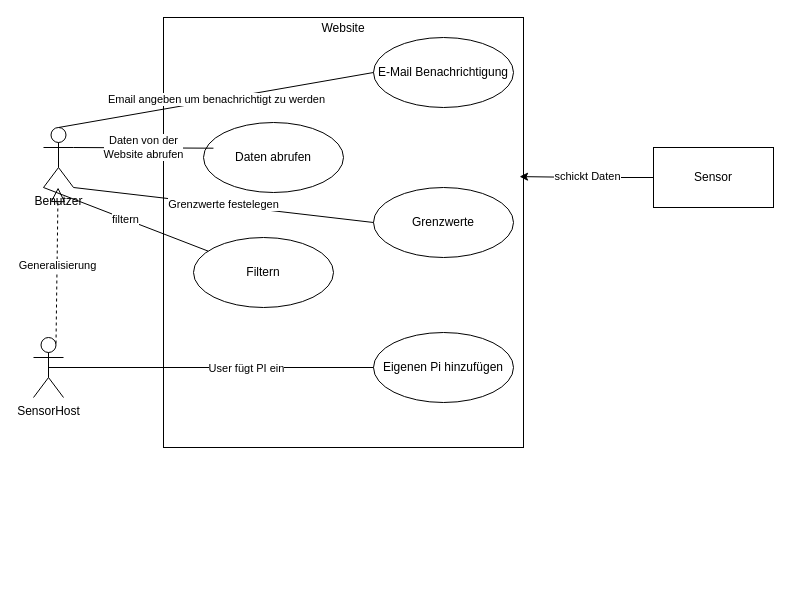
Before: use-case-diagramm.drawio in SimonFurtm/CO2-TemperaturProjekt, a draw.io diagram. Source tidied: cells renumbered, new cells numbered last; positions are measured from the earlier drawing's top-left corner, leaving out a move shared by most shapes. Both pictures are drawn from the tidied source at 100%, with x=0, y=0 at pixel (33, 17).
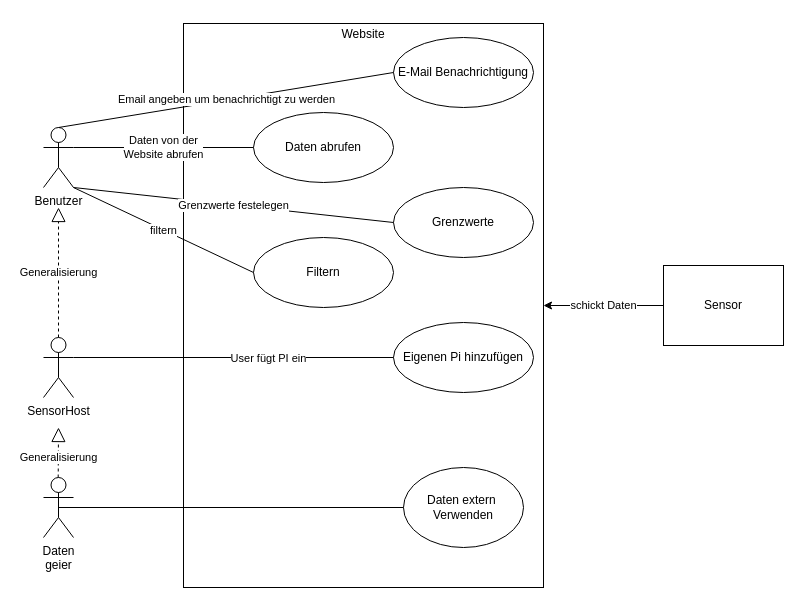
After the change.

The change refers to these unchanged cells:
```xml
<mxCell id="2" value="Benutzer" style="shape=umlActor;verticalLabelPosition=bottom;verticalAlign=top;html=1;outlineConnect=0;" parent="1" vertex="1">
  <mxGeometry x="10" y="110" width="30" height="60" as="geometry" />
</mxCell>
```

Change to the diagram source:
```diff
@@
     <mxCell id="3" value="&lt;p style=&quot;margin: 0px ; margin-top: 4px ; text-align: center&quot;&gt;Website&lt;/p&gt;" style="verticalAlign=top;align=left;overflow=fill;fontSize=12;fontFamily=Helvetica;html=1;" parent="1" vertex="1">
-      <mxGeometry x="130" width="360" height="430" as="geometry" />
+      <mxGeometry x="150" y="6" width="360" height="564" as="geometry" />
     </mxCell>
     <mxCell id="4" value="Daten abrufen" style="ellipse;whiteSpace=wrap;html=1;" parent="1" vertex="1">
-      <mxGeometry x="170" y="105" width="140" height="70" as="geometry" />
+      <mxGeometry x="220" y="95" width="140" height="70" as="geometry" />
     </mxCell>
     <mxCell id="5" value="SensorHost" style="shape=umlActor;verticalLabelPosition=bottom;verticalAlign=top;html=1;" parent="1" vertex="1">
-      <mxGeometry y="320" width="30" height="60" as="geometry" />
+      <mxGeometry x="10" y="320" width="30" height="60" as="geometry" />
     </mxCell>
     <mxCell id="6" value="Eigenen Pi hinzufügen" style="ellipse;whiteSpace=wrap;html=1;" parent="1" vertex="1">
-      <mxGeometry x="340" y="315" width="140" height="70" as="geometry" />
+      <mxGeometry x="360" y="305" width="140" height="70" as="geometry" />
     </mxCell>
     <mxCell id="7" value="Filtern" style="ellipse;whiteSpace=wrap;html=1;" parent="1" vertex="1">
-      <mxGeometry x="160" y="220" width="140" height="70" as="geometry" />
+      <mxGeometry x="220" y="220" width="140" height="70" as="geometry" />
     </mxCell>
     <mxCell id="8" value="E-Mail Benachrichtigung" style="ellipse;whiteSpace=wrap;html=1;" parent="1" vertex="1">
-      <mxGeometry x="340" y="20" width="140" height="70" as="geometry" />
+      <mxGeometry x="360" y="20" width="140" height="70" as="geometry" />
     </mxCell>
     <mxCell id="9" value="Grenzwerte" style="ellipse;whiteSpace=wrap;html=1;" parent="1" vertex="1">
-      <mxGeometry x="340" y="170" width="140" height="70" as="geometry" />
+      <mxGeometry x="360" y="170" width="140" height="70" as="geometry" />
     </mxCell>
-    <mxCell id="10" value="filtern" style="endArrow=none;html=1;rounded=0;exitX=0;exitY=1;exitDx=0;exitDy=0;exitPerimeter=0;" parent="1" edge="1" source="2" target="7">
+    <mxCell id="10" value="filtern" style="endArrow=none;html=1;rounded=0;exitX=1;exitY=1;exitDx=0;exitDy=0;exitPerimeter=0;entryX=0;entryY=0.5;entryDx=0;entryDy=0;" parent="1" edge="1" source="2" target="7">
       <mxGeometry relative="1" as="geometry" />
     </mxCell>
-    <mxCell id="11" value="Daten von der&lt;br&gt;Website abrufen" style="endArrow=none;html=1;rounded=0;entryX=0.071;entryY=0.367;entryDx=0;entryDy=0;entryPerimeter=0;exitX=1;exitY=0.3333333333333333;exitDx=0;exitDy=0;exitPerimeter=0;" parent="1" edge="1" source="2" target="4">
+    <mxCell id="11" value="Daten von der&lt;br&gt;Website abrufen" style="endArrow=none;html=1;rounded=0;entryX=0;entryY=0.5;entryDx=0;entryDy=0;exitX=1;exitY=0.3333333333333333;exitDx=0;exitDy=0;exitPerimeter=0;" parent="1" edge="1" source="2" target="4">
       <mxGeometry relative="1" as="geometry" />
     </mxCell>
@@
-    <mxCell id="14" style="endArrow=none;html=1;rounded=0;entryX=0.5;entryY=0.5;entryDx=0;entryDy=0;entryPerimeter=0;" parent="1" edge="1" target="5">
-      <mxGeometry relative="1" as="geometry">
-        <mxPoint x="340" y="350" as="sourcePoint" />
-      </mxGeometry>
+    <mxCell id="14" style="endArrow=none;html=1;rounded=0;entryX=1;entryY=0.3333333333333333;entryDx=0;entryDy=0;entryPerimeter=0;exitX=0;exitY=0.5;exitDx=0;exitDy=0;" parent="1" edge="1" source="6" target="5">
+      <mxGeometry relative="1" as="geometry" />
     </mxCell>
@@
-    <mxCell id="16" value="schickt Daten" style="edgeStyle=orthogonalEdgeStyle;rounded=0;jettySize=auto;html=1;entryX=0.989;entryY=0.37;entryDx=0;entryDy=0;entryPerimeter=0;" parent="1" edge="1" source="17" target="3">
+    <mxCell id="16" value="schickt Daten" style="edgeStyle=orthogonalEdgeStyle;rounded=0;jettySize=auto;html=1;entryX=1;entryY=0.5;entryDx=0;entryDy=0;" parent="1" edge="1" source="17" target="3">
       <mxGeometry relative="1" as="geometry" />
     </mxCell>
     <mxCell id="17" value="Sensor" style="rounded=0;whiteSpace=wrap;html=1;" parent="1" vertex="1">
-      <mxGeometry x="620" y="130" width="120" height="60" as="geometry" />
+      <mxGeometry x="630" y="248" width="120" height="80" as="geometry" />
     </mxCell>
-    <mxCell id="18" value="Generalisierung" style="endArrow=block;dashed=1;endFill=0;endSize=12;html=1;rounded=0;exitX=0.75;exitY=0.1;exitDx=0;exitDy=0;exitPerimeter=0;" parent="1" edge="1" source="5" target="2">
-      <mxGeometry relative="1" as="geometry" />
+    <mxCell id="18" value="Generalisierung" style="endArrow=block;dashed=1;endFill=0;endSize=12;html=1;rounded=0;exitX=0.5;exitY=0;exitDx=0;exitDy=0;exitPerimeter=0;" parent="1" edge="1" source="5">
+      <mxGeometry relative="1" as="geometry">
+        <mxPoint x="25" y="190" as="targetPoint" />
+      </mxGeometry>
     </mxCell>
+    <mxCell id="19" value="Daten&lt;br&gt;geier" style="shape=umlActor;verticalLabelPosition=bottom;verticalAlign=top;html=1;outlineConnect=0;" parent="1" vertex="1">
+      <mxGeometry x="10" y="460" width="30" height="60" as="geometry" />
+    </mxCell>
+    <mxCell id="20" value="Daten extern&amp;nbsp;&lt;br&gt;Verwenden" style="ellipse;whiteSpace=wrap;html=1;" parent="1" vertex="1">
+      <mxGeometry x="370" y="450" width="120" height="80" as="geometry" />
+    </mxCell>
+    <mxCell id="21" style="endArrow=none;html=1;rounded=0;exitX=0.5;exitY=0.5;exitDx=0;exitDy=0;exitPerimeter=0;entryX=0;entryY=0.5;entryDx=0;entryDy=0;" parent="1" edge="1" source="19" target="20">
+      <mxGeometry relative="1" as="geometry" />
+    </mxCell>
+    <mxCell id="22" value="Generalisierung" style="endArrow=block;dashed=1;endFill=0;endSize=12;html=1;rounded=0;exitX=0.5;exitY=0;exitDx=0;exitDy=0;exitPerimeter=0;" parent="1" edge="1">
+      <mxGeometry x="-0.2" relative="1" as="geometry">
+        <mxPoint x="24.7" y="460" as="sourcePoint" />
+        <mxPoint x="25" y="410" as="targetPoint" />
+      </mxGeometry>
+    </mxCell>
```
